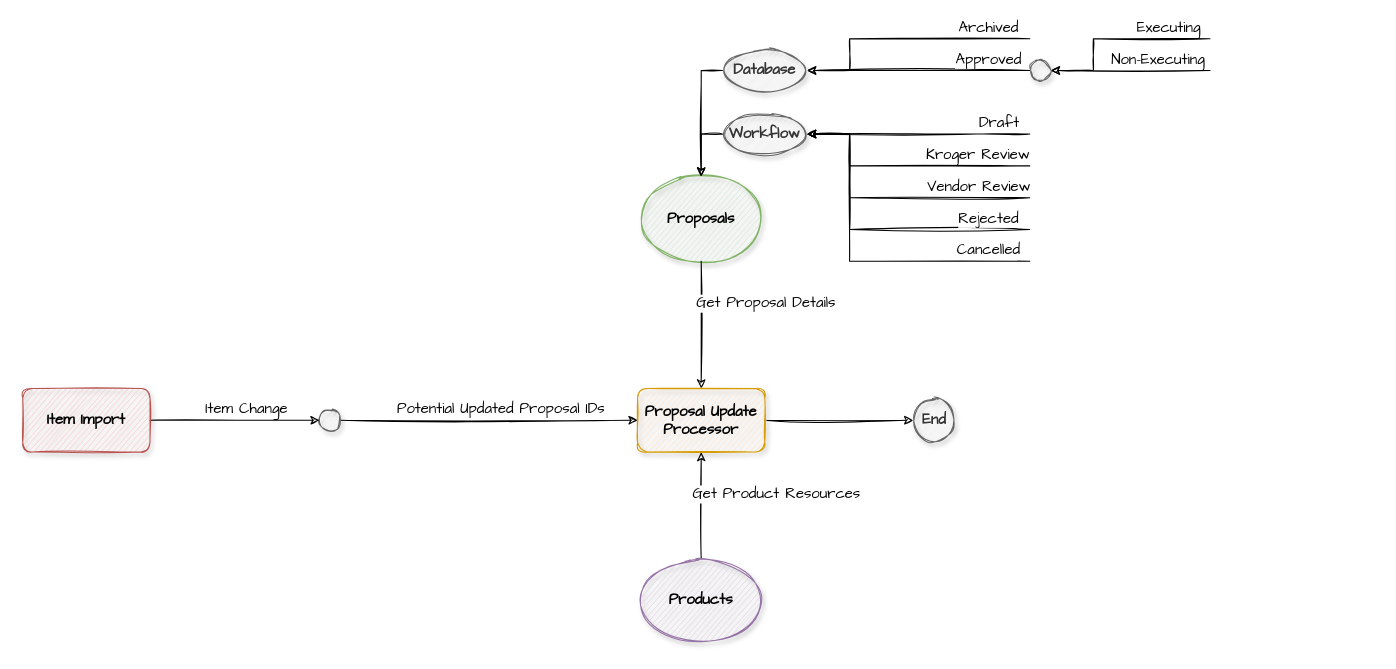
dajin-kingland/UMLdiagrams keeps this draw.io diagram as Auto Proposal Update Domain Relationship.drawio. Above is the earlier version. Source tidied: cells renumbered, new cells numbered last; positions are measured from the earlier drawing's top-left corner, leaving out a move shared by most shapes. Both pictures are drawn from the tidied source at 106%, with x=0, y=0 at pixel (22, 38).
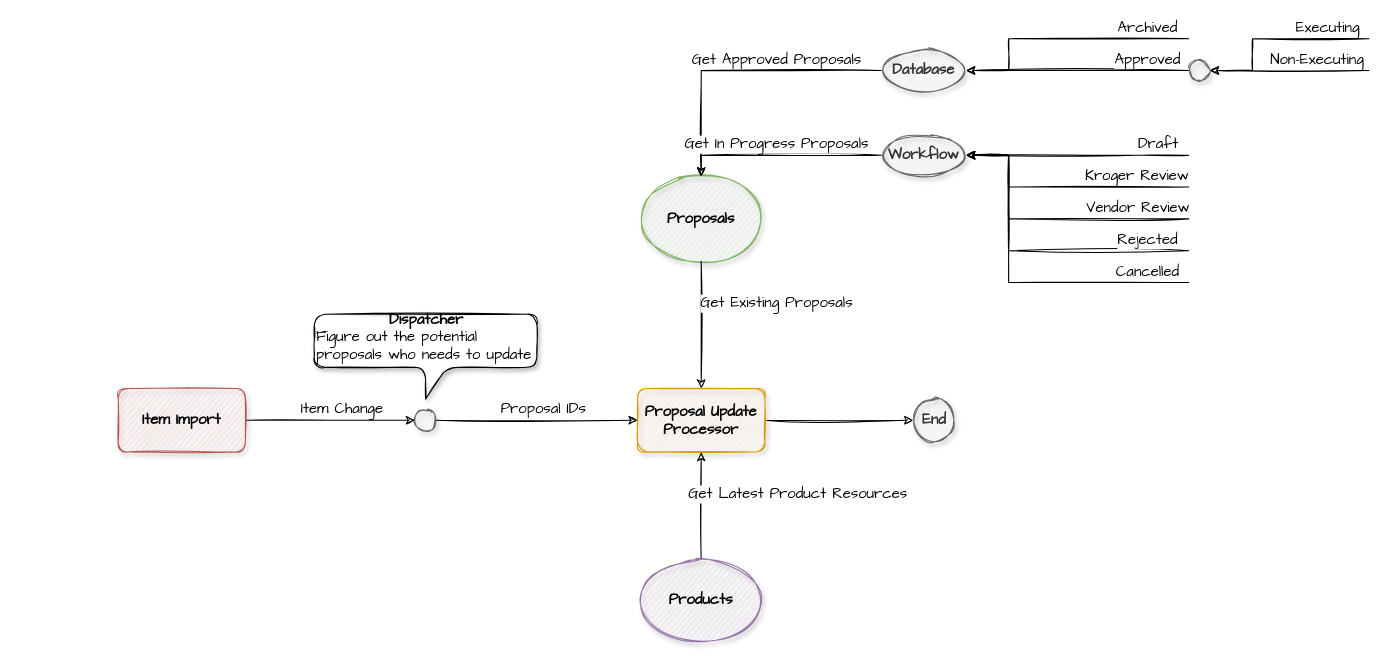
The same diagram, later.

Unchanged cells that the change refers to:
```xml
<mxCell id="3" style="edgeStyle=orthogonalEdgeStyle;rounded=0;jumpSize=6;jettySize=auto;html=1;entryX=0.5;entryY=1;entryDx=0;entryDy=0;endArrow=classic;endFill=1;startSize=6;endSize=6;strokeColor=#000000;strokeWidth=1;shadow=0;sketch=1;fontFamily=Comic Sans MS;verticalAlign=middle;fontSize=14;" parent="1" edge="1" source="5" target="32">
  <mxGeometry relative="1" as="geometry" />
</mxCell>
<mxCell id="6" style="endArrow=classic;html=1;edgeStyle=orthogonalEdgeStyle;strokeWidth=1;startSize=6;endSize=6;jumpSize=6;rounded=0;endFill=1;entryX=0.5;entryY=0;entryDx=0;entryDy=0;shadow=0;sketch=1;fontFamily=Comic Sans MS;verticalAlign=middle;fontSize=14;" parent="1" edge="1" source="2" target="32">
  <mxGeometry relative="1" as="geometry" />
</mxCell>
<mxCell id="8" style="edgeStyle=orthogonalEdgeStyle;rounded=0;jumpSize=6;jettySize=auto;html=1;endArrow=classic;endFill=1;startSize=6;endSize=6;strokeColor=#000000;strokeWidth=1;exitX=0;exitY=0.5;exitDx=0;exitDy=0;shadow=0;sketch=1;fontFamily=Comic Sans MS;verticalAlign=middle;fontSize=14;" parent="1" edge="1" source="9" target="2">
  <mxGeometry relative="1" as="geometry" />
</mxCell>
<mxCell id="33" style="edgeStyle=orthogonalEdgeStyle;jumpSize=6;jettySize=auto;html=1;endArrow=classic;endFill=1;startSize=6;endSize=6;strokeColor=#000000;strokeWidth=1;rounded=0;shadow=0;sketch=1;fontFamily=Comic Sans MS;verticalAlign=middle;fontSize=14;" parent="1" edge="1" source="35" target="32">
  <mxGeometry relative="1" as="geometry" />
</mxCell>
```

The edit, as a diff of the source:
```diff
@@
-    <mxCell id="4" value="Get Product Resources" style="edgeLabel;html=1;align=center;verticalAlign=bottom;fontFamily=Comic Sans MS;fontSize=14;labelBackgroundColor=#ffffff;" parent="3" vertex="1">
+    <mxCell id="4" value="Get Latest Product Resources" style="edgeLabel;html=1;align=center;verticalAlign=bottom;fontFamily=Comic Sans MS;fontSize=14;labelBackgroundColor=#ffffff;" parent="3" vertex="1">
       <mxGeometry x="-0.3" relative="1" as="geometry">
-        <mxPoint x="70" y="-15" as="offset" />
+        <mxPoint x="90" y="-15" as="offset" />
       </mxGeometry>
     </mxCell>
@@
-    <mxCell id="7" value="Get Proposal Details" style="edgeLabel;html=1;align=center;verticalAlign=bottom;fontFamily=Comic Sans MS;fontSize=14;" parent="6" vertex="1">
+    <mxCell id="7" value="Get Existing Proposals" style="edgeLabel;html=1;align=center;verticalAlign=bottom;fontFamily=Comic Sans MS;fontSize=14;" parent="6" vertex="1">
       <mxGeometry x="-0.42" y="1" relative="1" as="geometry">
-        <mxPoint x="59" y="15" as="offset" />
+        <mxPoint x="69" y="15" as="offset" />
       </mxGeometry>
     </mxCell>
@@
+    <mxCell id="40" value="Get Approved Proposals" style="edgeLabel;html=1;align=center;verticalAlign=bottom;fontSize=14;fontFamily=Comic Sans MS;" parent="8" vertex="1">
+      <mxGeometry x="-0.19" y="-2" relative="1" as="geometry">
+        <mxPoint x="9" y="2" as="offset" />
+      </mxGeometry>
+    </mxCell>
     <mxCell id="9" value="&lt;b&gt;Database&lt;/b&gt;" style="ellipse;whiteSpace=wrap;html=1;fillColor=#f5f5f5;strokeColor=#666666;fontColor=#333333;shadow=1;sketch=1;fontFamily=Comic Sans MS;verticalAlign=middle;fontSize=14;" parent="1" vertex="1">
-      <mxGeometry x="660" y="10" width="80" height="40" as="geometry" />
+      <mxGeometry x="810" y="10" width="80" height="40" as="geometry" />
     </mxCell>
     <mxCell id="10" style="edgeStyle=orthogonalEdgeStyle;rounded=0;jumpSize=6;jettySize=auto;html=1;endArrow=classic;endFill=1;startSize=6;endSize=6;strokeColor=#000000;strokeWidth=1;shadow=0;sketch=1;fontFamily=Comic Sans MS;verticalAlign=middle;fontSize=14;" parent="1" edge="1" source="11">
       <mxGeometry relative="1" as="geometry">
         <mxPoint x="640" y="130" as="targetPoint" />
+        <Array as="points">
+          <mxPoint x="640" y="110" />
+        </Array>
       </mxGeometry>
     </mxCell>
+    <mxCell id="41" value="Get In Progress Proposals" style="edgeLabel;html=1;align=center;verticalAlign=bottom;fontSize=14;fontFamily=Comic Sans MS;" parent="10" vertex="1">
+      <mxGeometry x="-0.69" y="-2" relative="1" as="geometry">
+        <mxPoint x="-71" y="2" as="offset" />
+      </mxGeometry>
+    </mxCell>
     <mxCell id="11" value="&lt;b&gt;Workflow&lt;/b&gt;" style="ellipse;whiteSpace=wrap;html=1;fillColor=#f5f5f5;strokeColor=#666666;fontColor=#333333;shadow=1;sketch=1;fontFamily=Comic Sans MS;verticalAlign=middle;fontSize=14;" parent="1" vertex="1">
-      <mxGeometry x="660" y="70" width="80" height="40" as="geometry" />
+      <mxGeometry x="810" y="90" width="80" height="40" as="geometry" />
     </mxCell>
@@
     <mxCell id="14" style="endArrow=classic;html=1;edgeStyle=orthogonalEdgeStyle;strokeWidth=1;startSize=6;endSize=6;jumpSize=6;rounded=0;endFill=1;entryX=1;entryY=0.5;entryDx=0;entryDy=0;shadow=0;sketch=1;fontFamily=Comic Sans MS;verticalAlign=middle;fontSize=14;" parent="1" edge="1" target="9">
       <mxGeometry relative="1" as="geometry">
-        <mxPoint x="950" as="sourcePoint" />
+        <mxPoint x="1100" as="sourcePoint" />
         <Array as="points">
-          <mxPoint x="780" />
-          <mxPoint x="780" y="30" />
+          <mxPoint x="930" />
+          <mxPoint x="930" y="30" />
         </Array>
       </mxGeometry>
     </mxCell>
@@
     <mxCell id="16" style="endArrow=classic;html=1;edgeStyle=orthogonalEdgeStyle;strokeWidth=1;startSize=6;endSize=6;jumpSize=6;rounded=0;endFill=1;entryX=1;entryY=0.5;entryDx=0;entryDy=0;shadow=0;sketch=1;fontFamily=Comic Sans MS;verticalAlign=bottom;fontSize=14;" parent="1" edge="1" target="20">
       <mxGeometry relative="1" as="geometry">
-        <mxPoint x="1120" as="sourcePoint" />
+        <mxPoint x="1270" as="sourcePoint" />
         <Array as="points">
-          <mxPoint x="1010" />
-          <mxPoint x="1010" y="30" />
+          <mxPoint x="1160" />
+          <mxPoint x="1160" y="30" />
         </Array>
       </mxGeometry>
     </mxCell>
@@
     <mxCell id="18" style="endArrow=classic;html=1;edgeStyle=orthogonalEdgeStyle;strokeWidth=1;startSize=6;endSize=6;jumpSize=6;rounded=0;endFill=1;entryX=1;entryY=0.5;entryDx=0;entryDy=0;shadow=0;sketch=1;fontFamily=Comic Sans MS;verticalAlign=bottom;fontSize=14;" parent="1" edge="1" target="20">
       <mxGeometry relative="1" as="geometry">
-        <mxPoint x="1120" y="30" as="sourcePoint" />
+        <mxPoint x="1270" y="30" as="sourcePoint" />
         <Array as="points">
-          <mxPoint x="1120" y="30" />
+          <mxPoint x="1270" y="30" />
         </Array>
       </mxGeometry>
     </mxCell>
@@
     <mxCell id="20" style="ellipse;whiteSpace=wrap;html=1;fillColor=#f5f5f5;strokeColor=#666666;fontColor=#333333;shadow=1;sketch=1;fontFamily=Comic Sans MS;verticalAlign=bottom;fontSize=14;" parent="1" vertex="1">
-      <mxGeometry x="950" y="20" width="20" height="20" as="geometry" />
+      <mxGeometry x="1100" y="20" width="20" height="20" as="geometry" />
     </mxCell>
     <mxCell id="21" style="endArrow=classic;html=1;edgeStyle=orthogonalEdgeStyle;strokeWidth=1;startSize=6;endSize=6;jumpSize=6;rounded=0;endFill=1;entryX=1;entryY=0.5;entryDx=0;entryDy=0;shadow=0;sketch=1;fontFamily=Comic Sans MS;verticalAlign=middle;fontSize=14;" parent="1" edge="1" target="11">
       <mxGeometry relative="1" as="geometry">
-        <mxPoint x="950" y="90" as="sourcePoint" />
+        <mxPoint x="1100" y="110" as="sourcePoint" />
         <Array as="points">
-          <mxPoint x="900" y="90" />
-          <mxPoint x="900" y="90" />
+          <mxPoint x="1050" y="110" />
+          <mxPoint x="1050" y="110" />
         </Array>
       </mxGeometry>
     </mxCell>
@@
     <mxCell id="23" style="endArrow=classic;html=1;edgeStyle=orthogonalEdgeStyle;strokeWidth=1;startSize=6;endSize=6;jumpSize=6;rounded=0;endFill=1;shadow=0;sketch=1;fontFamily=Comic Sans MS;verticalAlign=middle;fontSize=14;" parent="1" edge="1">
       <mxGeometry relative="1" as="geometry">
-        <mxPoint x="950" y="120" as="sourcePoint" />
-        <mxPoint x="740" y="90" as="targetPoint" />
+        <mxPoint x="1100" y="140" as="sourcePoint" />
+        <mxPoint x="890" y="110" as="targetPoint" />
         <Array as="points">
-          <mxPoint x="950" y="120" />
-          <mxPoint x="780" y="120" />
-          <mxPoint x="780" y="90" />
+          <mxPoint x="1100" y="140" />
+          <mxPoint x="930" y="140" />
+          <mxPoint x="930" y="110" />
         </Array>
       </mxGeometry>
     </mxCell>
@@
     <mxCell id="25" style="endArrow=classic;html=1;edgeStyle=orthogonalEdgeStyle;strokeWidth=1;startSize=6;endSize=6;jumpSize=6;rounded=0;endFill=1;entryX=1;entryY=0.5;entryDx=0;entryDy=0;shadow=0;sketch=1;fontFamily=Comic Sans MS;verticalAlign=middle;fontSize=14;" parent="1" edge="1" target="11">
       <mxGeometry relative="1" as="geometry">
-        <mxPoint x="950" y="150" as="sourcePoint" />
+        <mxPoint x="1100" y="170" as="sourcePoint" />
         <Array as="points">
-          <mxPoint x="950" y="150" />
-          <mxPoint x="780" y="150" />
-          <mxPoint x="780" y="90" />
+          <mxPoint x="1100" y="170" />
+          <mxPoint x="930" y="170" />
+          <mxPoint x="930" y="110" />
         </Array>
       </mxGeometry>
     </mxCell>
@@
     <mxCell id="27" style="endArrow=classic;html=1;edgeStyle=orthogonalEdgeStyle;strokeWidth=1;startSize=6;endSize=6;jumpSize=6;rounded=0;endFill=1;entryX=1;entryY=0.5;entryDx=0;entryDy=0;shadow=0;sketch=1;fontFamily=Comic Sans MS;verticalAlign=middle;fontSize=14;" parent="1" edge="1" target="11">
       <mxGeometry relative="1" as="geometry">
-        <mxPoint x="950" y="180" as="sourcePoint" />
+        <mxPoint x="1100" y="200" as="sourcePoint" />
         <Array as="points">
-          <mxPoint x="950" y="180" />
-          <mxPoint x="780" y="180" />
-          <mxPoint x="780" y="90" />
+          <mxPoint x="1100" y="200" />
+          <mxPoint x="930" y="200" />
+          <mxPoint x="930" y="110" />
         </Array>
       </mxGeometry>
     </mxCell>
@@
     <mxCell id="29" style="endArrow=classic;html=1;edgeStyle=orthogonalEdgeStyle;strokeWidth=1;startSize=6;endSize=6;jumpSize=6;rounded=0;endFill=1;shadow=0;sketch=1;fontFamily=Comic Sans MS;verticalAlign=middle;fontSize=14;" parent="1" edge="1">
       <mxGeometry relative="1" as="geometry">
-        <mxPoint x="950" y="210" as="sourcePoint" />
-        <mxPoint x="740" y="90" as="targetPoint" />
+        <mxPoint x="1100" y="230" as="sourcePoint" />
+        <mxPoint x="890" y="110" as="targetPoint" />
         <Array as="points">
-          <mxPoint x="950" y="210" />
-          <mxPoint x="780" y="210" />
-          <mxPoint x="780" y="90" />
+          <mxPoint x="1100" y="230" />
+          <mxPoint x="930" y="230" />
+          <mxPoint x="930" y="110" />
         </Array>
       </mxGeometry>
     </mxCell>
@@
-    <mxCell id="34" value="Potential Updated Proposal IDs" style="edgeLabel;html=1;align=center;verticalAlign=bottom;fontSize=14;fontFamily=Comic Sans MS;" parent="33" vertex="1">
+    <mxCell id="34" value="Proposal IDs" style="edgeLabel;html=1;align=center;verticalAlign=bottom;fontSize=14;fontFamily=Comic Sans MS;" parent="33" vertex="1">
       <mxGeometry x="-0.3" y="2" relative="1" as="geometry">
-        <mxPoint x="52" y="2" as="offset" />
+        <mxPoint x="33" y="2" as="offset" />
       </mxGeometry>
     </mxCell>
     <mxCell id="35" style="ellipse;whiteSpace=wrap;html=1;fillColor=#f5f5f5;strokeColor=#666666;fontColor=#333333;shadow=1;sketch=1;fontFamily=Comic Sans MS;verticalAlign=middle;fontSize=14;" parent="1" vertex="1">
-      <mxGeometry x="280" y="350" width="20" height="20" as="geometry" />
+      <mxGeometry x="370" y="350" width="20" height="20" as="geometry" />
     </mxCell>
@@
     <mxCell id="39" value="&lt;b&gt;Item Import&lt;/b&gt;" style="rounded=1;whiteSpace=wrap;html=1;shadow=1;labelBackgroundColor=none;sketch=1;fontFamily=Comic Sans MS;fontSize=14;verticalAlign=middle;fillColor=#f8cecc;strokeColor=#b85450;glass=0;" parent="1" vertex="1">
-      <mxGeometry y="330" width="120" height="60" as="geometry" />
+      <mxGeometry x="90" y="330" width="120" height="60" as="geometry" />
     </mxCell>
+    <mxCell id="42" value="&lt;div style=&quot;text-align: center&quot;&gt;&lt;span&gt;&lt;b style=&quot;line-height: 120%&quot;&gt;Dispatcher&lt;/b&gt;&lt;/span&gt;&lt;/div&gt;&lt;div&gt;&lt;span&gt;&lt;span style=&quot;line-height: 120%&quot;&gt;Figure out the potential proposals who needs to update&lt;/span&gt;&lt;/span&gt;&lt;/div&gt;" style="shape=callout;whiteSpace=wrap;html=1;perimeter=calloutPerimeter;shadow=1;glass=0;labelBackgroundColor=none;sketch=1;fontFamily=Comic Sans MS;fontSize=14;verticalAlign=bottom;rounded=1;align=left;perimeterSpacing=0;" parent="1" vertex="1">
+      <mxGeometry x="275" y="260" width="210" height="80" as="geometry" />
+    </mxCell>
```
